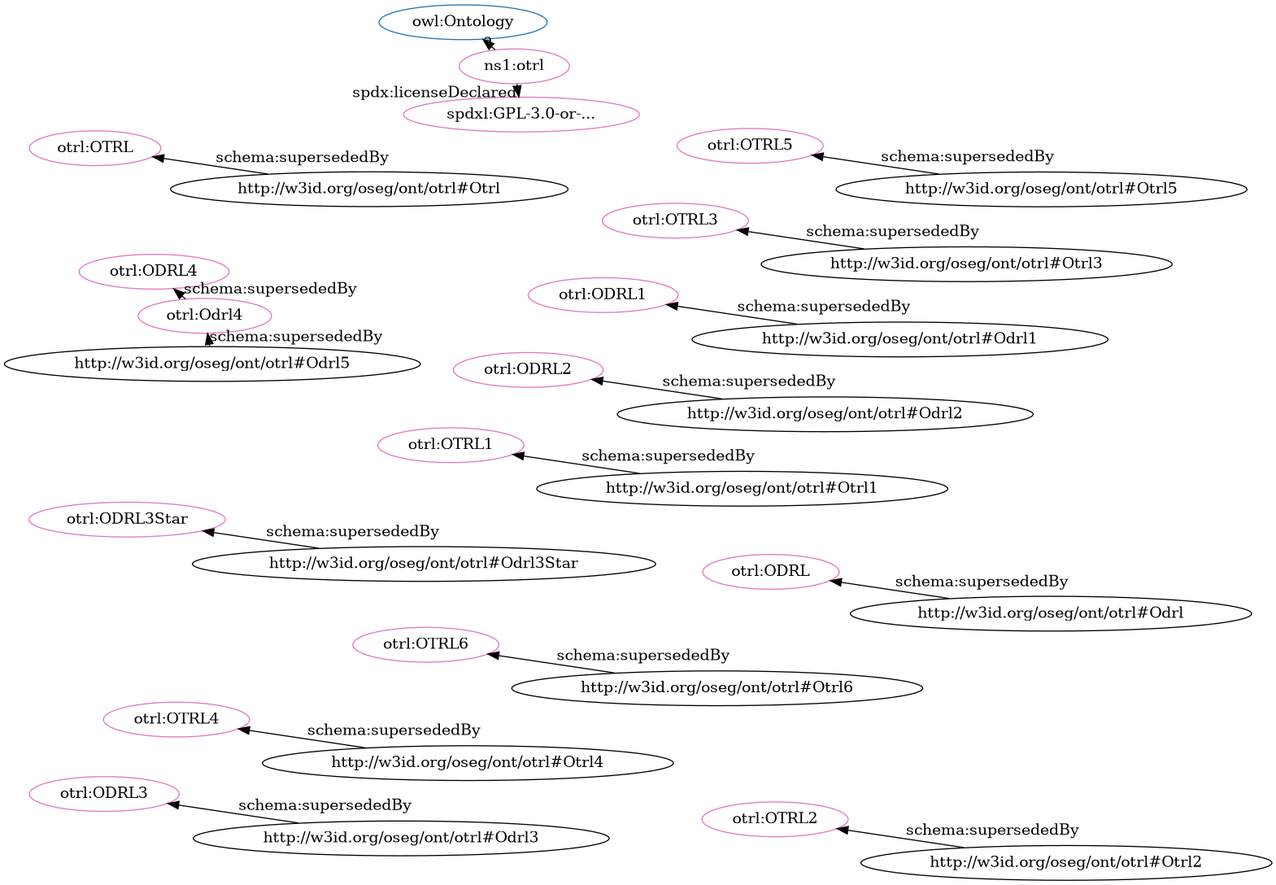
Before: src/spec/fdp_otrl_deprecated.png, a diagram exported from Graphviz (iop-alliance/OpenKnowHow). Its source is kept beside it as src/spec/fdp_otrl_deprecated.dot.
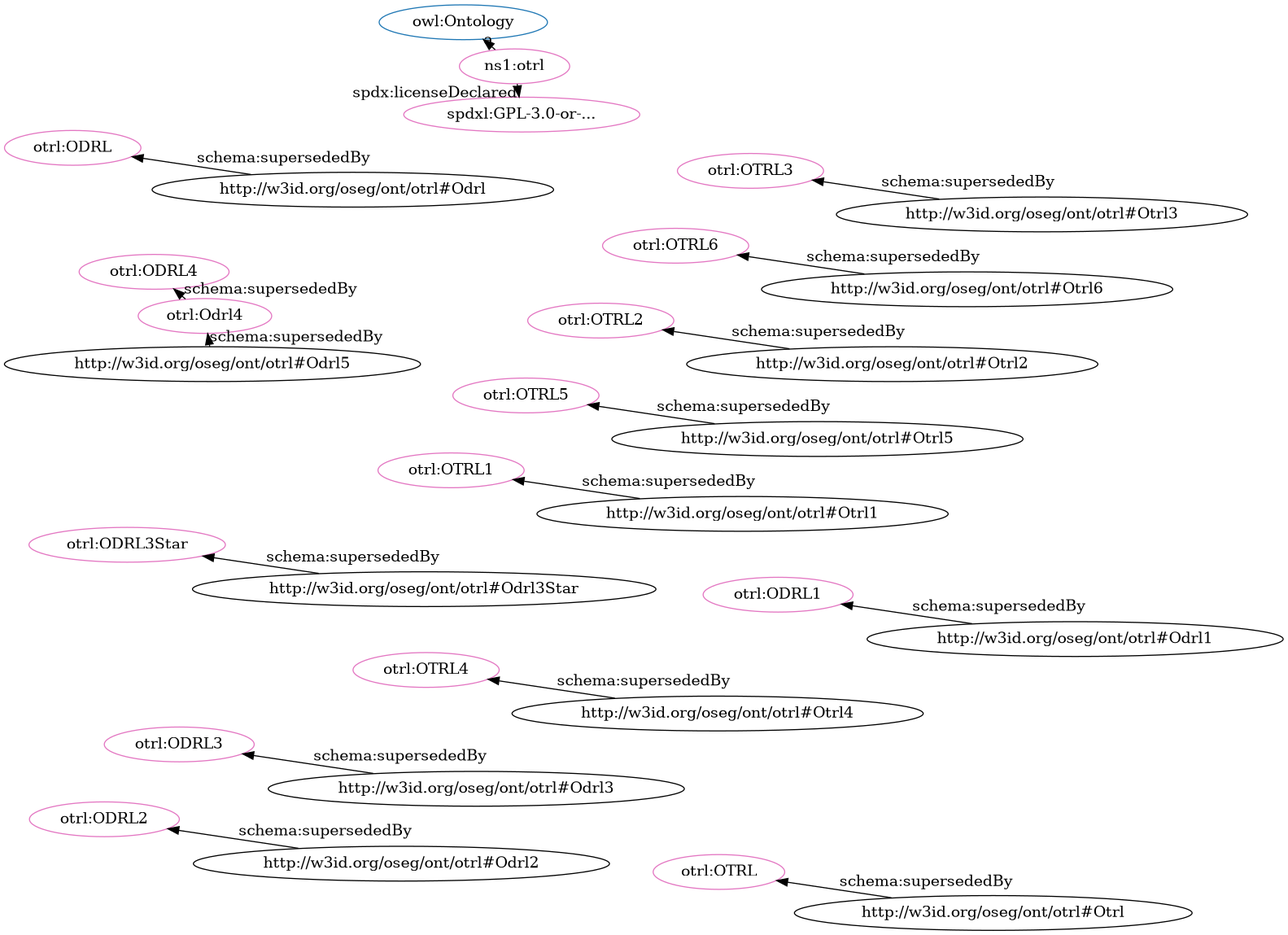
The same file after the commit.

Change to the diagram source:
```diff
@@ -2,36 +2,36 @@
   rankdir=BT
   node[height=.3]
 "http://www.w3.org/2002/07/owl#Ontology" [fillcolor="#1f77b4" color="#1f77b4" label="owl:Ontology"]
+"http://w3id.org/oseg/ont/otrl#OTRL1" [fillcolor="#e377c2" color="#e377c2" label="otrl:OTRL1"]
 "http://w3id.org/oseg/ont/otrl" [fillcolor="#e377c2" color="#e377c2" label="ns1:otrl"]
-"http://w3id.org/oseg/ont/otrl#OTRL1" [fillcolor="#e377c2" color="#e377c2" label="otrl:OTRL1"]
-"http://w3id.org/oseg/ont/otrl#ODRL3Star" [fillcolor="#e377c2" color="#e377c2" label="otrl:ODRL3Star"]
-"http://w3id.org/oseg/ont/otrl#OTRL" [fillcolor="#e377c2" color="#e377c2" label="otrl:OTRL"]
-"http://w3id.org/oseg/ont/otrl#ODRL" [fillcolor="#e377c2" color="#e377c2" label="otrl:ODRL"]
-"http://w3id.org/oseg/ont/otrl#ODRL2" [fillcolor="#e377c2" color="#e377c2" label="otrl:ODRL2"]
-"http://w3id.org/oseg/ont/otrl#OTRL6" [fillcolor="#e377c2" color="#e377c2" label="otrl:OTRL6"]
-"http://w3id.org/oseg/ont/otrl#ODRL1" [fillcolor="#e377c2" color="#e377c2" label="otrl:ODRL1"]
-"http://w3id.org/oseg/ont/otrl#OTRL3" [fillcolor="#e377c2" color="#e377c2" label="otrl:OTRL3"]
+"http://w3id.org/oseg/ont/otrl#OTRL5" [fillcolor="#e377c2" color="#e377c2" label="otrl:OTRL5"]
+"http://spdx.org/licenses/GPL-3.0-or-later" [fillcolor="#e377c2" color="#e377c2" label="spdxl:GPL-3.0-or-..."]
 "http://w3id.org/oseg/ont/otrl#OTRL4" [fillcolor="#e377c2" color="#e377c2" label="otrl:OTRL4"]
 "http://w3id.org/oseg/ont/otrl#ODRL4" [fillcolor="#e377c2" color="#e377c2" label="otrl:ODRL4"]
-"http://w3id.org/oseg/ont/otrl#OTRL5" [fillcolor="#e377c2" color="#e377c2" label="otrl:OTRL5"]
+"http://w3id.org/oseg/ont/otrl#OTRL2" [fillcolor="#e377c2" color="#e377c2" label="otrl:OTRL2"]
+"http://w3id.org/oseg/ont/otrl#Odrl4" [fillcolor="#e377c2" color="#e377c2" label="otrl:Odrl4"]
+"http://w3id.org/oseg/ont/otrl#OTRL" [fillcolor="#e377c2" color="#e377c2" label="otrl:OTRL"]
+"http://w3id.org/oseg/ont/otrl#OTRL6" [fillcolor="#e377c2" color="#e377c2" label="otrl:OTRL6"]
+"http://w3id.org/oseg/ont/otrl#ODRL3Star" [fillcolor="#e377c2" color="#e377c2" label="otrl:ODRL3Star"]
+"http://w3id.org/oseg/ont/otrl#ODRL" [fillcolor="#e377c2" color="#e377c2" label="otrl:ODRL"]
 "http://w3id.org/oseg/ont/otrl#ODRL3" [fillcolor="#e377c2" color="#e377c2" label="otrl:ODRL3"]
-"http://w3id.org/oseg/ont/otrl#Odrl4" [fillcolor="#e377c2" color="#e377c2" label="otrl:Odrl4"]
-"http://spdx.org/licenses/GPL-3.0-or-later" [fillcolor="#e377c2" color="#e377c2" label="spdxl:GPL-3.0-or-..."]
-"http://w3id.org/oseg/ont/otrl#OTRL2" [fillcolor="#e377c2" color="#e377c2" label="otrl:OTRL2"]
+"http://w3id.org/oseg/ont/otrl#OTRL3" [fillcolor="#e377c2" color="#e377c2" label="otrl:OTRL3"]
+"http://w3id.org/oseg/ont/otrl#ODRL2" [fillcolor="#e377c2" color="#e377c2" label="otrl:ODRL2"]
+"http://w3id.org/oseg/ont/otrl#ODRL1" [fillcolor="#e377c2" color="#e377c2" label="otrl:ODRL1"]
+  "http://w3id.org/oseg/ont/otrl#Otrl1" -> "http://w3id.org/oseg/ont/otrl#OTRL1" [label="schema:supersededBy"]
+  "http://w3id.org/oseg/ont/otrl#Otrl5" -> "http://w3id.org/oseg/ont/otrl#OTRL5" [label="schema:supersededBy"]
+  "http://w3id.org/oseg/ont/otrl" -> "http://spdx.org/licenses/GPL-3.0-or-later" [label="spdx:licenseDeclared"]
+  "http://w3id.org/oseg/ont/otrl#Otrl4" -> "http://w3id.org/oseg/ont/otrl#OTRL4" [label="schema:supersededBy"]
+  "http://w3id.org/oseg/ont/otrl#Odrl4" -> "http://w3id.org/oseg/ont/otrl#ODRL4" [label="schema:supersededBy"]
+  "http://w3id.org/oseg/ont/otrl#Otrl2" -> "http://w3id.org/oseg/ont/otrl#OTRL2" [label="schema:supersededBy"]
+  "http://w3id.org/oseg/ont/otrl#Odrl5" -> "http://w3id.org/oseg/ont/otrl#Odrl4" [label="schema:supersededBy"]
+  "http://w3id.org/oseg/ont/otrl#Otrl" -> "http://w3id.org/oseg/ont/otrl#OTRL" [label="schema:supersededBy"]
+  "http://w3id.org/oseg/ont/otrl#Otrl6" -> "http://w3id.org/oseg/ont/otrl#OTRL6" [label="schema:supersededBy"]
+  "http://w3id.org/oseg/ont/otrl#Odrl3Star" -> "http://w3id.org/oseg/ont/otrl#ODRL3Star" [label="schema:supersededBy"]
+  "http://w3id.org/oseg/ont/otrl#Odrl" -> "http://w3id.org/oseg/ont/otrl#ODRL" [label="schema:supersededBy"]
+  "http://w3id.org/oseg/ont/otrl#Odrl3" -> "http://w3id.org/oseg/ont/otrl#ODRL3" [label="schema:supersededBy"]
+  "http://w3id.org/oseg/ont/otrl#Otrl3" -> "http://w3id.org/oseg/ont/otrl#OTRL3" [label="schema:supersededBy"]
+  "http://w3id.org/oseg/ont/otrl#Odrl2" -> "http://w3id.org/oseg/ont/otrl#ODRL2" [label="schema:supersededBy"]
+  "http://w3id.org/oseg/ont/otrl#Odrl1" -> "http://w3id.org/oseg/ont/otrl#ODRL1" [label="schema:supersededBy"]
   "http://w3id.org/oseg/ont/otrl" -> "http://www.w3.org/2002/07/owl#Ontology" [label="a"]
-  "http://w3id.org/oseg/ont/otrl#Otrl1" -> "http://w3id.org/oseg/ont/otrl#OTRL1" [label="schema:supersededBy"]
-  "http://w3id.org/oseg/ont/otrl#Odrl3Star" -> "http://w3id.org/oseg/ont/otrl#ODRL3Star" [label="schema:supersededBy"]
-  "http://w3id.org/oseg/ont/otrl#Otrl" -> "http://w3id.org/oseg/ont/otrl#OTRL" [label="schema:supersededBy"]
-  "http://w3id.org/oseg/ont/otrl#Odrl" -> "http://w3id.org/oseg/ont/otrl#ODRL" [label="schema:supersededBy"]
-  "http://w3id.org/oseg/ont/otrl#Odrl2" -> "http://w3id.org/oseg/ont/otrl#ODRL2" [label="schema:supersededBy"]
-  "http://w3id.org/oseg/ont/otrl#Otrl6" -> "http://w3id.org/oseg/ont/otrl#OTRL6" [label="schema:supersededBy"]
-  "http://w3id.org/oseg/ont/otrl#Otrl3" -> "http://w3id.org/oseg/ont/otrl#OTRL3" [label="schema:supersededBy"]
-  "http://w3id.org/oseg/ont/otrl#Odrl1" -> "http://w3id.org/oseg/ont/otrl#ODRL1" [label="schema:supersededBy"]
-  "http://w3id.org/oseg/ont/otrl#Otrl4" -> "http://w3id.org/oseg/ont/otrl#OTRL4" [label="schema:supersededBy"]
-  "http://w3id.org/oseg/ont/otrl" -> "http://spdx.org/licenses/GPL-3.0-or-later" [label="spdx:licenseDeclared"]
-  "http://w3id.org/oseg/ont/otrl#Odrl4" -> "http://w3id.org/oseg/ont/otrl#ODRL4" [label="schema:supersededBy"]
-  "http://w3id.org/oseg/ont/otrl#Otrl5" -> "http://w3id.org/oseg/ont/otrl#OTRL5" [label="schema:supersededBy"]
-  "http://w3id.org/oseg/ont/otrl#Odrl3" -> "http://w3id.org/oseg/ont/otrl#ODRL3" [label="schema:supersededBy"]
-  "http://w3id.org/oseg/ont/otrl#Odrl5" -> "http://w3id.org/oseg/ont/otrl#Odrl4" [label="schema:supersededBy"]
-  "http://w3id.org/oseg/ont/otrl#Otrl2" -> "http://w3id.org/oseg/ont/otrl#OTRL2" [label="schema:supersededBy"]
 }
```
